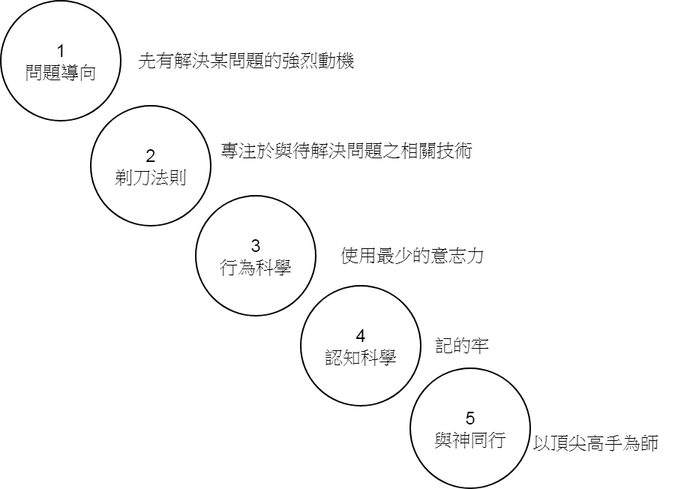
Before: 學習程式設計的五個關鍵要素.png, a diagram exported from draw.io (tewei0328/teach-pbl-book). Source tidied: cells renumbered, new cells last; positions are measured from the earlier drawing's top-left corner, leaving out a move shared by most shapes.
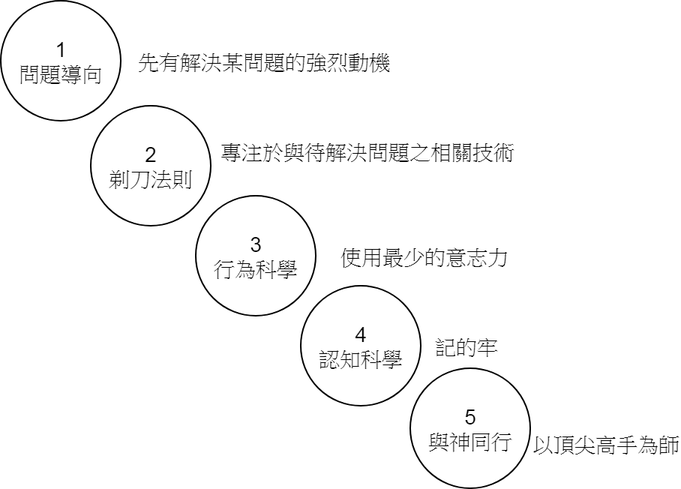
The same diagram one commit later.

Commit message:
Added 學習程式設計的五個關鍵要素.png

The edit, as a diff of the source:
```diff
@@ -2,34 +2,34 @@
   <root>
     <mxCell id="0" />
     <mxCell id="1" parent="0" />
-    <mxCell id="2" value="5&lt;br&gt;與神同行&lt;br&gt;" style="ellipse;whiteSpace=wrap;html=1;" parent="1" vertex="1">
+    <mxCell id="2" value="5&lt;br style=&quot;font-size: 14px;&quot;&gt;與神同行&lt;br style=&quot;font-size: 14px;&quot;&gt;" style="ellipse;whiteSpace=wrap;html=1;fontSize=14;" parent="1" vertex="1">
       <mxGeometry x="273" y="245" width="80" height="80" as="geometry" />
     </mxCell>
-    <mxCell id="3" value="2&lt;br&gt;剃刀法則&lt;br&gt;" style="ellipse;whiteSpace=wrap;html=1;" parent="1" vertex="1">
+    <mxCell id="3" value="2&lt;br style=&quot;font-size: 14px;&quot;&gt;剃刀法則&lt;br style=&quot;font-size: 14px;&quot;&gt;" style="ellipse;whiteSpace=wrap;html=1;fontSize=14;" parent="1" vertex="1">
       <mxGeometry x="60" y="70" width="80" height="80" as="geometry" />
     </mxCell>
-    <mxCell id="4" value="1&lt;br&gt;問題導向&lt;br&gt;" style="ellipse;whiteSpace=wrap;html=1;" parent="1" vertex="1">
+    <mxCell id="4" value="1&lt;br style=&quot;font-size: 14px;&quot;&gt;問題導向&lt;br style=&quot;font-size: 14px;&quot;&gt;" style="ellipse;whiteSpace=wrap;html=1;fontSize=14;" parent="1" vertex="1">
       <mxGeometry width="80" height="80" as="geometry" />
     </mxCell>
-    <mxCell id="5" value="4&lt;br&gt;&lt;span&gt;認知科學&lt;/span&gt;" style="ellipse;whiteSpace=wrap;html=1;" parent="1" vertex="1">
+    <mxCell id="5" value="4&lt;br style=&quot;font-size: 14px;&quot;&gt;&lt;span style=&quot;font-size: 14px;&quot;&gt;認知科學&lt;/span&gt;" style="ellipse;whiteSpace=wrap;html=1;fontSize=14;" parent="1" vertex="1">
       <mxGeometry x="200" y="190" width="80" height="80" as="geometry" />
     </mxCell>
-    <mxCell id="6" value="3&lt;br&gt;&lt;span&gt;行為科學&lt;/span&gt;" style="ellipse;whiteSpace=wrap;html=1;" parent="1" vertex="1">
+    <mxCell id="6" value="3&lt;br style=&quot;font-size: 14px;&quot;&gt;&lt;span style=&quot;font-size: 14px;&quot;&gt;行為科學&lt;/span&gt;" style="ellipse;whiteSpace=wrap;html=1;fontSize=14;" parent="1" vertex="1">
       <mxGeometry x="130" y="130" width="80" height="80" as="geometry" />
     </mxCell>
-    <mxCell id="7" value="圥有解決某問題的強烈動機" style="text;html=1;align=left;verticalAlign=top;spacingTop=-4;" parent="1" vertex="1">
+    <mxCell id="7" value="先有解決某問題的強烈動機" style="text;html=1;align=left;verticalAlign=top;spacingTop=-4;fontSize=14;" parent="1" vertex="1">
       <mxGeometry x="90" y="30" width="160" height="20" as="geometry" />
     </mxCell>
-    <mxCell id="8" value="專注於與待解決問題之相關技術" style="text;html=1;align=left;verticalAlign=top;spacingTop=-4;" parent="1" vertex="1">
+    <mxCell id="8" value="專注於與待解決問題之相關技術" style="text;html=1;align=left;verticalAlign=top;spacingTop=-4;fontSize=14;" parent="1" vertex="1">
       <mxGeometry x="145" y="90" width="180" height="20" as="geometry" />
     </mxCell>
-    <mxCell id="9" value="使用最少的意志力&amp;nbsp;" style="text;html=1;align=left;verticalAlign=top;spacingTop=-4;" parent="1" vertex="1">
+    <mxCell id="9" value="使用最少的意志力&amp;nbsp;" style="text;html=1;align=left;verticalAlign=top;spacingTop=-4;fontSize=14;" parent="1" vertex="1">
       <mxGeometry x="225" y="160" width="110" height="20" as="geometry" />
     </mxCell>
-    <mxCell id="10" value="記的牢" style="text;html=1;align=left;verticalAlign=top;spacingTop=-4;" parent="1" vertex="1">
+    <mxCell id="10" value="記的牢" style="text;html=1;align=left;verticalAlign=top;spacingTop=-4;fontSize=14;" parent="1" vertex="1">
       <mxGeometry x="288" y="220" width="50" height="20" as="geometry" />
     </mxCell>
-    <mxCell id="11" value="以頂尖高手為師" style="text;html=1;align=left;verticalAlign=top;spacingTop=-4;" parent="1" vertex="1">
+    <mxCell id="11" value="以頂尖高手為師" style="text;html=1;align=left;verticalAlign=top;spacingTop=-4;fontSize=14;" parent="1" vertex="1">
       <mxGeometry x="353" y="285" width="100" height="20" as="geometry" />
     </mxCell>
   </root>
```
